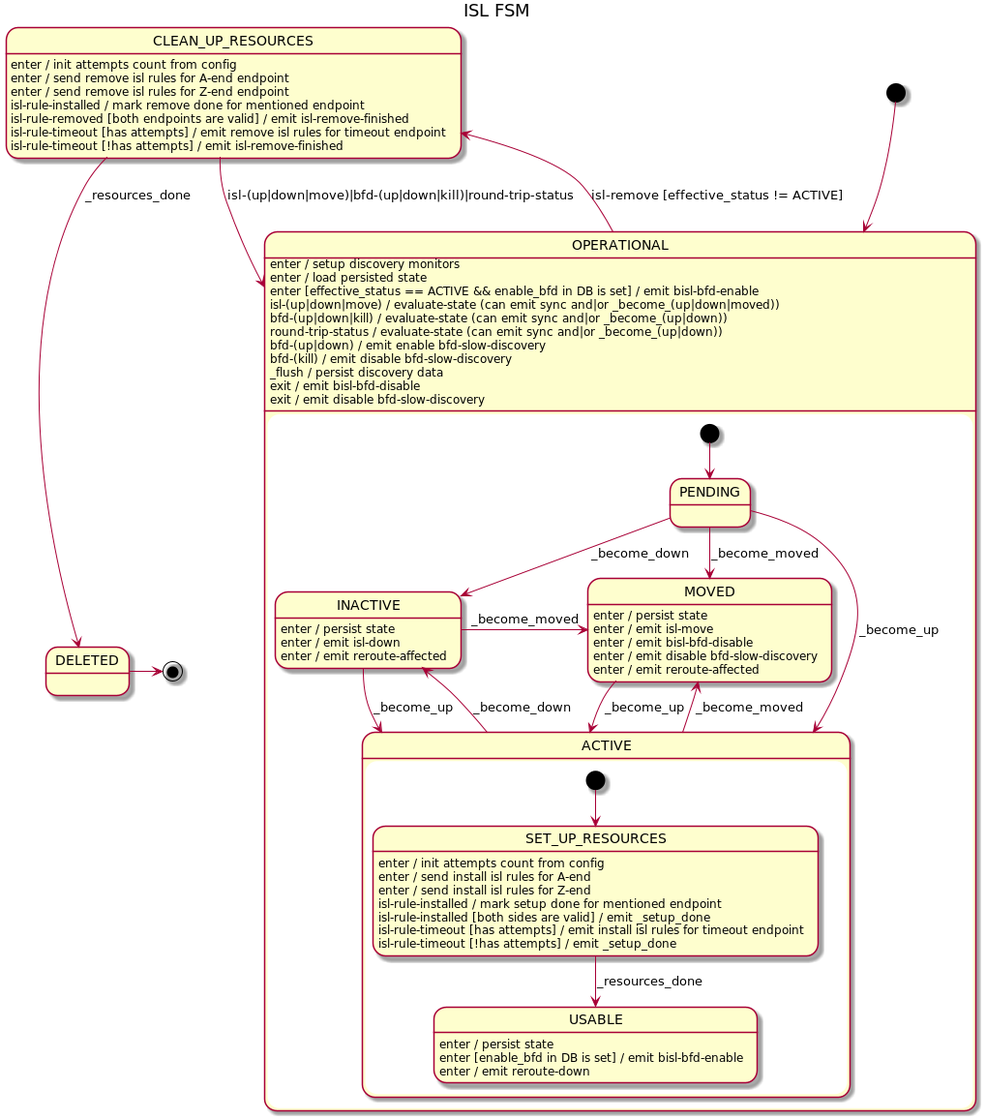
Above: docs/design/network-discovery/ISL-FSM.png in telstra/open-kilda (PlantUML), before the change.
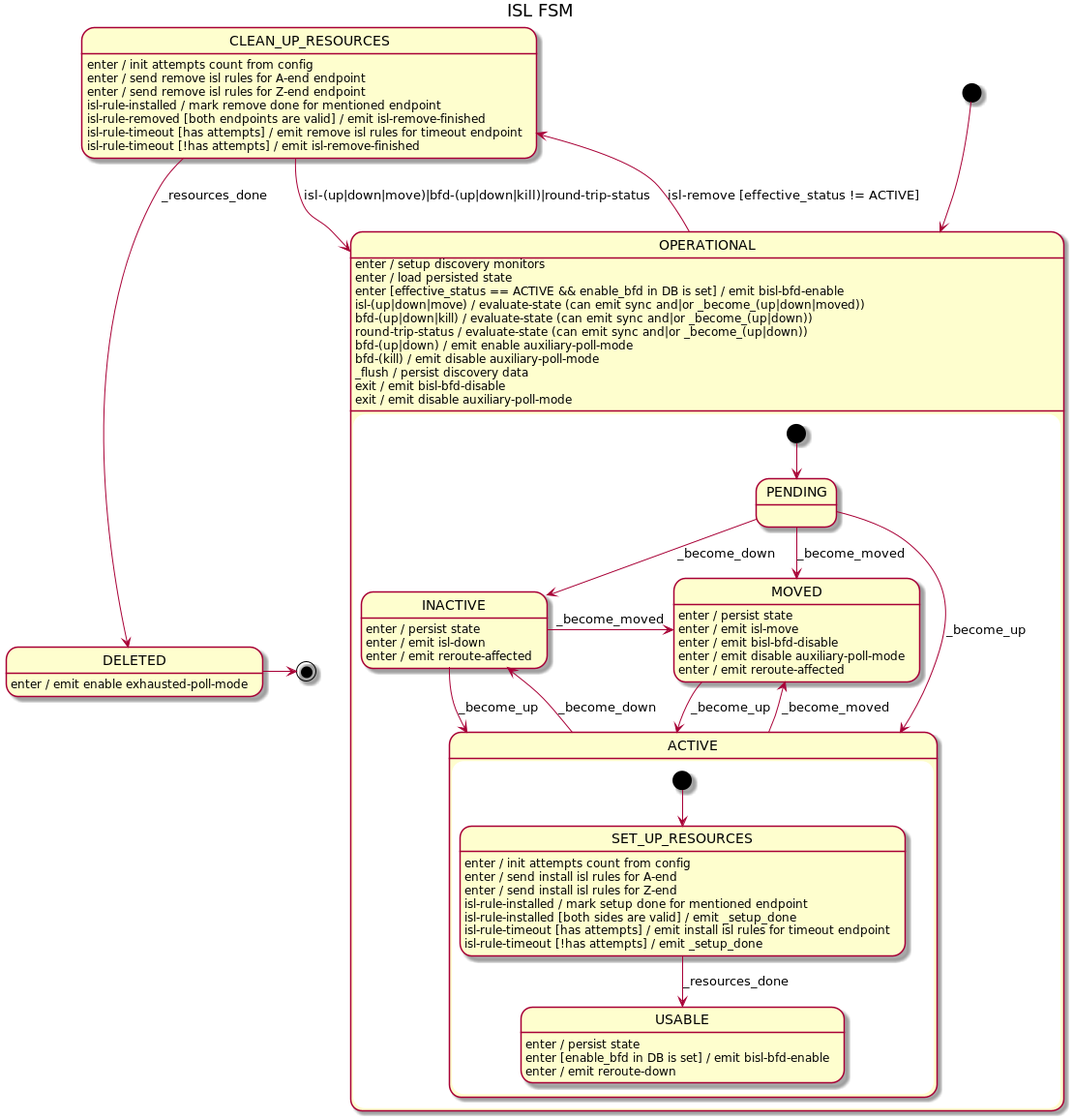
After the change.

Commit message:
Fix link deleting in the Network topology

The edit, as a diff of the source:
```diff
@@ -39,7 +39,7 @@
     MOVED : enter / persist state
     MOVED : enter / emit isl-move
     MOVED : enter / emit bisl-bfd-disable
-    MOVED : enter / emit disable bfd-slow-discovery
+    MOVED : enter / emit disable auxiliary-poll-mode
     MOVED : enter / emit reroute-affected
 }
 OPERATIONAL --> CLEAN_UP_RESOURCES : isl-remove [effective_status != ACTIVE]
@@ -49,11 +49,11 @@
 OPERATIONAL : isl-(up|down|move) / evaluate-state (can emit sync and|or _become_(up|down|moved))
 OPERATIONAL : bfd-(up|down|kill) / evaluate-state (can emit sync and|or _become_(up|down))
 OPERATIONAL : round-trip-status / evaluate-state (can emit sync and|or _become_(up|down))
-OPERATIONAL : bfd-(up|down) / emit enable bfd-slow-discovery
-OPERATIONAL : bfd-(kill) / emit disable bfd-slow-discovery
+OPERATIONAL : bfd-(up|down) / emit enable auxiliary-poll-mode
+OPERATIONAL : bfd-(kill) / emit disable auxiliary-poll-mode
 OPERATIONAL : _flush / persist discovery data
 OPERATIONAL : exit / emit bisl-bfd-disable
-OPERATIONAL : exit / emit disable bfd-slow-discovery
+OPERATIONAL : exit / emit disable auxiliary-poll-mode
 
 CLEAN_UP_RESOURCES : enter / init attempts count from config
 CLEAN_UP_RESOURCES : enter / send remove isl rules for A-end endpoint
@@ -66,4 +66,5 @@
 CLEAN_UP_RESOURCES --> OPERATIONAL : isl-(up|down|move)|bfd-(up|down|kill)|round-trip-status
 
 DELETED -> [*]
+DELETED : enter / emit enable exhausted-poll-mode
 @enduml
```
